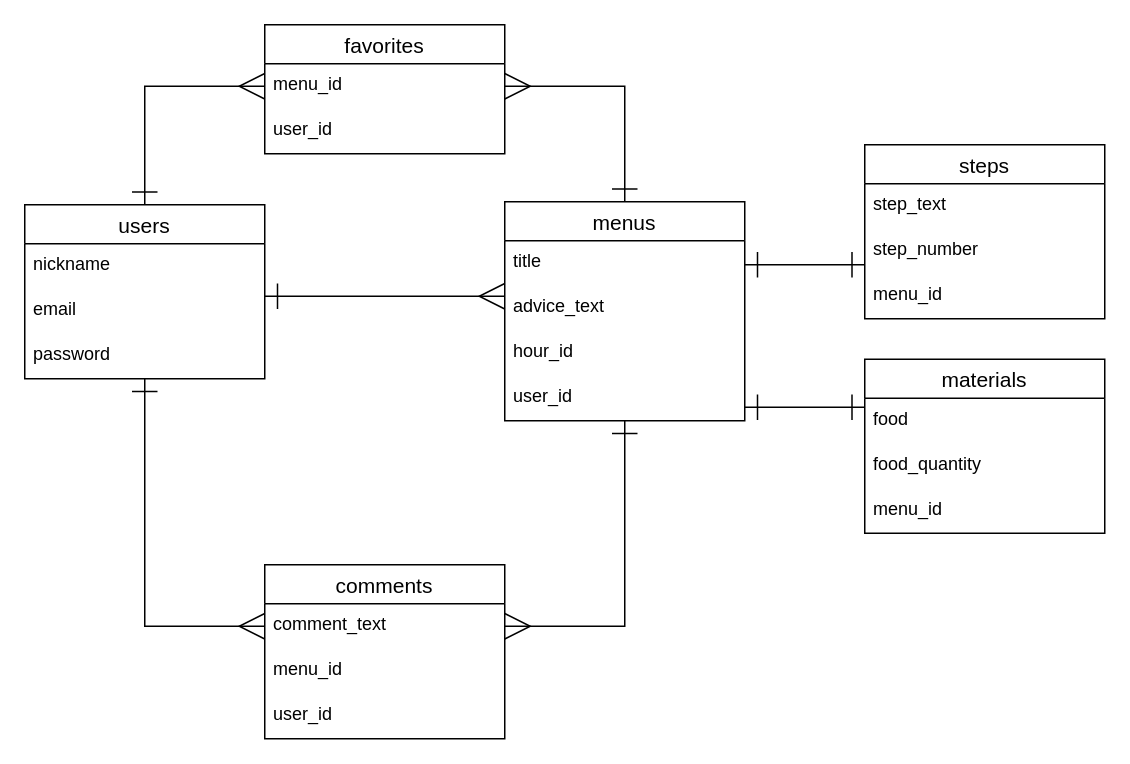
This is original.dio from dokasu18/original, a draw.io file, before an edit. Source tidied: cells renumbered, new cells numbered last; positions are measured from the earlier drawing's top-left corner, leaving out a move shared by most shapes. Both pictures are drawn from the tidied source at 150%, with x=0, y=0 at pixel (24, 24).
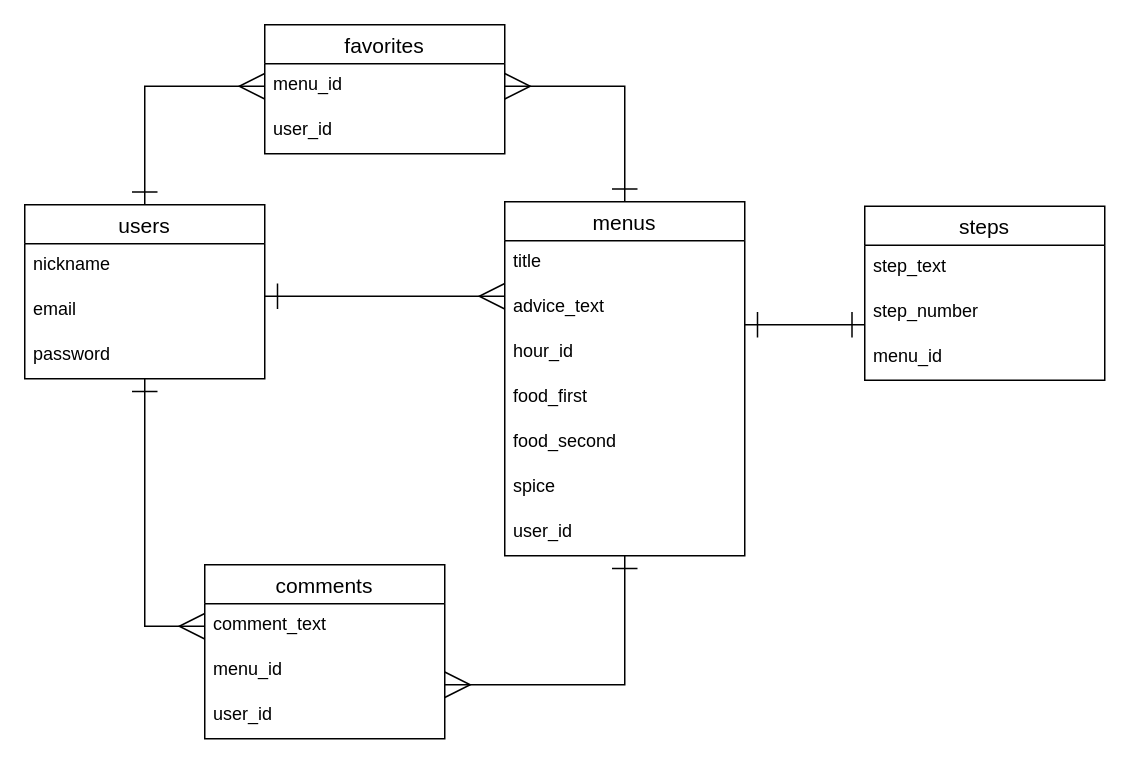
Above is the later version.

Unchanged cells that the change refers to:
```xml
<mxCell id="9" value="comment_text" style="text;strokeColor=none;fillColor=none;spacingLeft=4;spacingRight=4;overflow=hidden;points=[[0,0.5],[1,0.5]];portConstraint=eastwest;fontSize=12;" parent="8" vertex="1">
  <mxGeometry y="26" width="160" height="30" as="geometry" />
</mxCell>
<mxCell id="23" value="step_number" style="text;strokeColor=none;fillColor=none;spacingLeft=4;spacingRight=4;overflow=hidden;points=[[0,0.5],[1,0.5]];portConstraint=eastwest;fontSize=12;" parent="21" vertex="1">
  <mxGeometry y="56" width="160" height="30" as="geometry" />
</mxCell>
```

What changed in the source:
```diff
@@
     <mxCell id="8" value="comments" style="swimlane;fontStyle=0;horizontal=1;startSize=26;align=center;fontSize=14;" parent="1" vertex="1">
-      <mxGeometry x="160" y="360" width="160" height="116" as="geometry" />
+      <mxGeometry x="120" y="360" width="160" height="116" as="geometry" />
     </mxCell>
@@
-    <mxCell id="12" style="edgeStyle=none;rounded=0;html=1;exitX=0.5;exitY=1;exitDx=0;exitDy=0;entryX=1;entryY=0.5;entryDx=0;entryDy=0;startArrow=ERone;startFill=0;endArrow=ERmany;endFill=0;startSize=15;endSize=15;" parent="1" edge="1" source="13" target="9">
+    <mxCell id="12" style="edgeStyle=none;rounded=0;html=1;exitX=0.5;exitY=1;exitDx=0;exitDy=0;startArrow=ERone;startFill=0;endArrow=ERmany;endFill=0;startSize=15;endSize=15;" parent="1" edge="1" source="13">
       <mxGeometry relative="1" as="geometry">
+        <mxPoint x="280" y="440" as="targetPoint" />
         <Array as="points">
           <mxPoint x="400" y="401" />
+          <mxPoint x="400" y="440" />
+          <mxPoint x="370" y="440" />
         </Array>
       </mxGeometry>
     </mxCell>
     <mxCell id="13" value="menus" style="swimlane;fontStyle=0;horizontal=1;startSize=26;align=center;fontSize=14;" parent="1" vertex="1">
-      <mxGeometry x="320" y="118" width="160" height="146" as="geometry" />
+      <mxGeometry x="320" y="118" width="160" height="236" as="geometry" />
     </mxCell>
@@
+    <mxCell id="26" value="food_first" style="text;strokeColor=none;fillColor=none;spacingLeft=4;spacingRight=4;overflow=hidden;fontSize=12;" parent="13" vertex="1">
+      <mxGeometry y="116" width="160" height="30" as="geometry" />
+    </mxCell>
+    <mxCell id="27" value="food_second" style="text;strokeColor=none;fillColor=none;spacingLeft=4;spacingRight=4;overflow=hidden;fontSize=12;" parent="13" vertex="1">
+      <mxGeometry y="146" width="160" height="30" as="geometry" />
+    </mxCell>
+    <mxCell id="33" value="spice" style="text;strokeColor=none;fillColor=none;spacingLeft=4;spacingRight=4;overflow=hidden;fontSize=12;" parent="13" vertex="1">
+      <mxGeometry y="176" width="160" height="30" as="geometry" />
+    </mxCell>
     <mxCell id="17" value="user_id" style="text;strokeColor=none;fillColor=none;spacingLeft=4;spacingRight=4;overflow=hidden;fontSize=12;" parent="13" vertex="1">
-      <mxGeometry y="116" width="160" height="30" as="geometry" />
+      <mxGeometry y="206" width="160" height="30" as="geometry" />
     </mxCell>
@@
     <mxCell id="21" value="steps" style="swimlane;fontStyle=0;horizontal=1;startSize=26;align=center;fontSize=14;" parent="1" vertex="1">
-      <mxGeometry x="560" y="80" width="160" height="116" as="geometry" />
+      <mxGeometry x="560" y="121" width="160" height="116" as="geometry" />
     </mxCell>
@@
-    <mxCell id="25" value="materials" style="swimlane;fontStyle=0;horizontal=1;startSize=26;align=center;fontSize=14;" parent="1" vertex="1">
-      <mxGeometry x="560" y="223" width="160" height="116" as="geometry" />
-    </mxCell>
-    <mxCell id="26" value="food" style="text;strokeColor=none;fillColor=none;spacingLeft=4;spacingRight=4;overflow=hidden;fontSize=12;" parent="25" vertex="1">
-      <mxGeometry y="26" width="160" height="30" as="geometry" />
-    </mxCell>
-    <mxCell id="27" value="food_quantity" style="text;strokeColor=none;fillColor=none;spacingLeft=4;spacingRight=4;overflow=hidden;fontSize=12;" parent="25" vertex="1">
-      <mxGeometry y="56" width="160" height="30" as="geometry" />
-    </mxCell>
-    <mxCell id="28" value="menu_id" style="text;strokeColor=none;fillColor=none;spacingLeft=4;spacingRight=4;overflow=hidden;fontSize=12;" parent="25" vertex="1">
-      <mxGeometry y="86" width="160" height="30" as="geometry" />
-    </mxCell>
-    <mxCell id="29" style="edgeStyle=entityRelationEdgeStyle;fontSize=12;html=1;endArrow=ERone;startArrow=ERone;entryX=0;entryY=0.5;entryDx=0;entryDy=0;exitX=1;exitY=0.5;exitDx=0;exitDy=0;startFill=0;endFill=0;endSize=15;startSize=15;" parent="1" edge="1">
-      <mxGeometry relative="1" as="geometry">
-        <mxPoint x="480" y="255" as="sourcePoint" />
-        <mxPoint x="560" y="255" as="targetPoint" />
-      </mxGeometry>
-    </mxCell>
-    <mxCell id="30" style="edgeStyle=entityRelationEdgeStyle;fontSize=12;html=1;endArrow=ERone;startArrow=ERone;entryX=0;entryY=0.8;entryDx=0;entryDy=0;entryPerimeter=0;startFill=0;endFill=0;endSize=15;startSize=15;" parent="1" edge="1" target="23">
+    <mxCell id="30" style="edgeStyle=entityRelationEdgeStyle;fontSize=12;html=1;endArrow=ERone;startArrow=ERone;entryX=0;entryY=0.8;entryDx=0;entryDy=0;entryPerimeter=0;startFill=0;endFill=0;endSize=15;startSize=15;" parent="1" edge="1">
       <mxGeometry relative="1" as="geometry">
-        <mxPoint x="480" y="160" as="sourcePoint" />
+        <mxPoint x="480" y="200" as="sourcePoint" />
+        <mxPoint x="560" y="200" as="targetPoint" />
       </mxGeometry>
     </mxCell>
```
